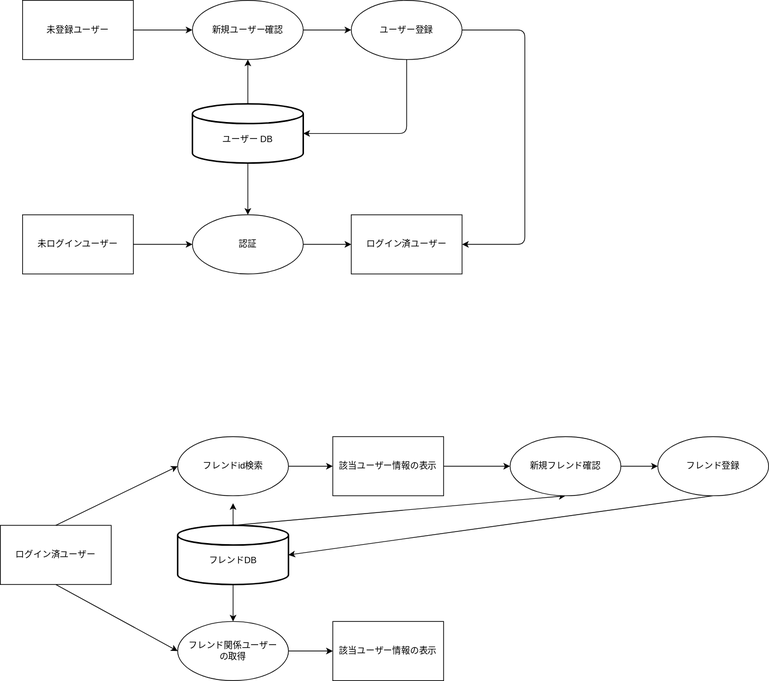
Earlier version of the draw.io export docs/02.Backend/02.DB/dfd.drawio.svg (TUS-OSK/quantum-gomoku). Source tidied: cells renumbered, new cells last; positions are measured from the earlier drawing's top-left corner, leaving out a move shared by most shapes.
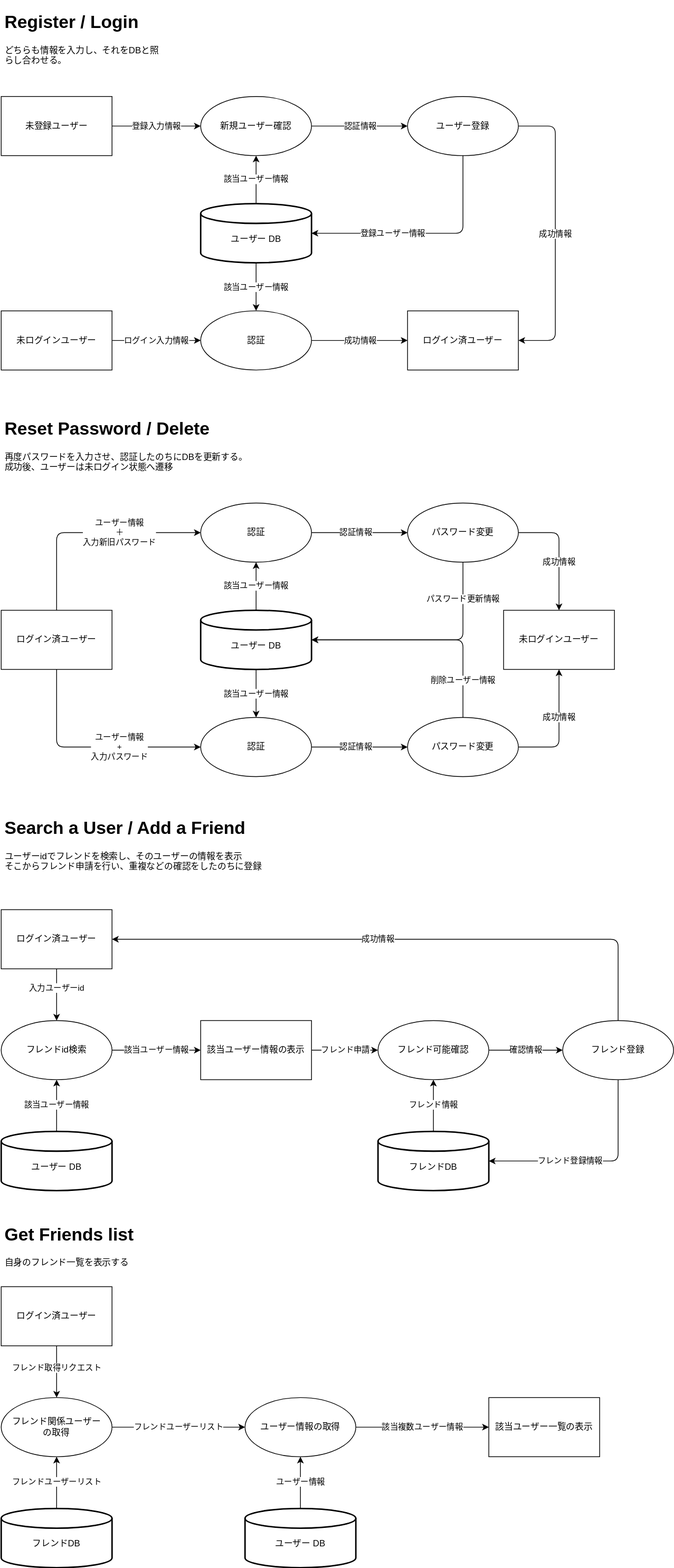
After the change.

What changed in the source:
```diff
@@ -3,114 +3,235 @@
     <mxCell id="0" />
     <mxCell id="1" parent="0" />
     <mxCell id="2" value="未登録ユーザー" style="rounded=0;whiteSpace=wrap;html=1;" parent="1" vertex="1">
-      <mxGeometry x="30" width="150" height="80" as="geometry" />
+      <mxGeometry x="-40" y="-140" width="150" height="80" as="geometry" />
     </mxCell>
-    <mxCell id="3" style="endArrow=classic;html=1;" parent="1" edge="1" source="2" target="7">
+    <mxCell id="3" value="登録入力情報" style="endArrow=classic;html=1;" parent="1" edge="1" source="2" target="7">
       <mxGeometry relative="1" as="geometry" />
     </mxCell>
-    <mxCell id="4" style="edgeStyle=none;html=1;exitX=0.5;exitY=1;exitDx=0;exitDy=0;exitPerimeter=0;" parent="1" edge="1" source="5" target="15">
+    <mxCell id="4" value="該当ユーザー情報" style="edgeStyle=none;html=1;exitX=0.5;exitY=1;exitDx=0;exitDy=0;exitPerimeter=0;" parent="1" edge="1" source="5" target="15">
       <mxGeometry relative="1" as="geometry" />
     </mxCell>
     <mxCell id="5" value="&lt;br&gt;ユーザー DB" style="strokeWidth=2;html=1;shape=mxgraph.flowchart.database;whiteSpace=wrap;" parent="1" vertex="1">
-      <mxGeometry x="260" y="140" width="150" height="80" as="geometry" />
+      <mxGeometry x="230" y="5" width="150" height="80" as="geometry" />
     </mxCell>
-    <mxCell id="6" style="edgeStyle=none;html=1;" parent="1" edge="1" source="7" target="10">
+    <mxCell id="6" value="認証情報" style="edgeStyle=none;html=1;" parent="1" edge="1" source="7" target="10">
       <mxGeometry relative="1" as="geometry" />
     </mxCell>
     <mxCell id="7" value="新規ユーザー確認" style="ellipse;whiteSpace=wrap;html=1;" parent="1" vertex="1">
-      <mxGeometry x="260" width="150" height="80" as="geometry" />
+      <mxGeometry x="230" y="-140" width="150" height="80" as="geometry" />
     </mxCell>
-    <mxCell id="8" style="endArrow=classic;html=1;entryX=0.5;entryY=1;entryDx=0;entryDy=0;" parent="1" edge="1" source="5" target="7">
+    <mxCell id="8" value="該当ユーザー情報" style="endArrow=classic;html=1;entryX=0.5;entryY=1;entryDx=0;entryDy=0;" parent="1" edge="1" source="5" target="7">
       <mxGeometry relative="1" as="geometry" />
     </mxCell>
-    <mxCell id="9" style="edgeStyle=none;html=1;exitX=1;exitY=0.5;exitDx=0;exitDy=0;entryX=1;entryY=0.5;entryDx=0;entryDy=0;" parent="1" edge="1" source="10" target="16">
+    <mxCell id="9" value="成功情報" style="edgeStyle=none;html=1;exitX=1;exitY=0.5;exitDx=0;exitDy=0;entryX=1;entryY=0.5;entryDx=0;entryDy=0;" parent="1" edge="1" source="10" target="16">
       <mxGeometry relative="1" as="geometry">
         <Array as="points">
-          <mxPoint x="710" y="40" />
-          <mxPoint x="710" y="330" />
+          <mxPoint x="710" y="-100" />
+          <mxPoint x="710" y="190" />
         </Array>
       </mxGeometry>
     </mxCell>
     <mxCell id="10" value="ユーザー登録" style="ellipse;whiteSpace=wrap;html=1;" parent="1" vertex="1">
-      <mxGeometry x="475" width="150" height="80" as="geometry" />
+      <mxGeometry x="510" y="-140" width="150" height="80" as="geometry" />
     </mxCell>
-    <mxCell id="11" style="endArrow=classic;html=1;exitX=0.5;exitY=1;exitDx=0;exitDy=0;entryX=1;entryY=0.5;entryDx=0;entryDy=0;entryPerimeter=0;" parent="1" edge="1" source="10" target="5">
-      <mxGeometry relative="1" as="geometry">
+    <mxCell id="11" value="登録ユーザー情報" style="endArrow=classic;html=1;exitX=0.5;exitY=1;exitDx=0;exitDy=0;entryX=1;entryY=0.5;entryDx=0;entryDy=0;entryPerimeter=0;" parent="1" edge="1" source="10" target="5">
+      <mxGeometry x="0.29" relative="1" as="geometry">
         <Array as="points">
-          <mxPoint x="550" y="180" />
+          <mxPoint x="585" y="45" />
         </Array>
       </mxGeometry>
     </mxCell>
     <mxCell id="12" value="未ログインユーザー" style="rounded=0;whiteSpace=wrap;html=1;" parent="1" vertex="1">
-      <mxGeometry x="30" y="290" width="150" height="80" as="geometry" />
+      <mxGeometry x="-40" y="150" width="150" height="80" as="geometry" />
     </mxCell>
-    <mxCell id="13" style="endArrow=classic;html=1;" parent="1" edge="1" source="12" target="15">
+    <mxCell id="13" value="ログイン入力情報" style="endArrow=classic;html=1;" parent="1" edge="1" source="12" target="15">
       <mxGeometry relative="1" as="geometry" />
     </mxCell>
-    <mxCell id="14" style="edgeStyle=none;html=1;exitX=1;exitY=0.5;exitDx=0;exitDy=0;entryX=0;entryY=0.5;entryDx=0;entryDy=0;" parent="1" edge="1" source="15" target="16">
+    <mxCell id="14" value="成功情報" style="edgeStyle=none;html=1;exitX=1;exitY=0.5;exitDx=0;exitDy=0;entryX=0;entryY=0.5;entryDx=0;entryDy=0;" parent="1" edge="1" source="15" target="16">
       <mxGeometry relative="1" as="geometry" />
     </mxCell>
     <mxCell id="15" value="認証" style="ellipse;whiteSpace=wrap;html=1;" parent="1" vertex="1">
-      <mxGeometry x="260" y="290" width="150" height="80" as="geometry" />
+      <mxGeometry x="230" y="150" width="150" height="80" as="geometry" />
     </mxCell>
     <mxCell id="16" value="ログイン済ユーザー" style="rounded=0;whiteSpace=wrap;html=1;" parent="1" vertex="1">
-      <mxGeometry x="475" y="290" width="150" height="80" as="geometry" />
+      <mxGeometry x="510" y="150" width="150" height="80" as="geometry" />
     </mxCell>
-    <mxCell id="17" style="edgeStyle=none;html=1;exitX=0.5;exitY=0;exitDx=0;exitDy=0;entryX=0;entryY=0.5;entryDx=0;entryDy=0;" parent="1" edge="1" source="19" target="21">
-      <mxGeometry relative="1" as="geometry" />
+    <mxCell id="17" value="入力ユーザーid" style="edgeStyle=none;html=1;exitX=0.5;exitY=1;exitDx=0;exitDy=0;entryX=0.5;entryY=0;entryDx=0;entryDy=0;" parent="1" edge="1" source="19" target="21">
+      <mxGeometry x="-0.26" relative="1" as="geometry" />
     </mxCell>
-    <mxCell id="18" style="edgeStyle=none;html=1;exitX=0.5;exitY=1;exitDx=0;exitDy=0;entryX=0;entryY=0.5;entryDx=0;entryDy=0;" parent="1" edge="1" source="19" target="33">
-      <mxGeometry relative="1" as="geometry" />
+    <mxCell id="18" value="フレンド取得リクエスト" style="edgeStyle=none;html=1;entryX=0.5;entryY=0;entryDx=0;entryDy=0;exitX=0.5;exitY=1;exitDx=0;exitDy=0;" parent="1" edge="1" source="63" target="61">
+      <mxGeometry x="-0.14" relative="1" as="geometry" />
     </mxCell>
     <mxCell id="19" value="ログイン済ユーザー" style="rounded=0;whiteSpace=wrap;html=1;" parent="1" vertex="1">
-      <mxGeometry y="710" width="150" height="80" as="geometry" />
+      <mxGeometry x="-40" y="960" width="150" height="80" as="geometry" />
     </mxCell>
-    <mxCell id="20" style="edgeStyle=none;html=1;exitX=1;exitY=0.5;exitDx=0;exitDy=0;" parent="1" edge="1" source="21" target="27">
+    <mxCell id="20" value="該当ユーザー情報" style="edgeStyle=none;html=1;exitX=1;exitY=0.5;exitDx=0;exitDy=0;" parent="1" edge="1" source="21" target="27">
       <mxGeometry relative="1" as="geometry" />
     </mxCell>
     <mxCell id="21" value="フレンドid検索" style="ellipse;whiteSpace=wrap;html=1;" parent="1" vertex="1">
-      <mxGeometry x="240" y="590" width="150" height="80" as="geometry" />
+      <mxGeometry x="-40" y="1110" width="150" height="80" as="geometry" />
     </mxCell>
-    <mxCell id="22" style="edgeStyle=none;html=1;exitX=0.5;exitY=1;exitDx=0;exitDy=0;exitPerimeter=0;" parent="1" edge="1" source="25" target="33">
-      <mxGeometry relative="1" as="geometry" />
-    </mxCell>
-    <mxCell id="23" style="edgeStyle=none;html=1;exitX=0.5;exitY=0;exitDx=0;exitDy=0;exitPerimeter=0;" parent="1" edge="1" source="25">
-      <mxGeometry relative="1" as="geometry">
-        <mxPoint x="315" y="680" as="targetPoint" />
-      </mxGeometry>
+    <mxCell id="23" value="該当ユーザー情報" style="edgeStyle=none;html=1;exitX=0.5;exitY=0;exitDx=0;exitDy=0;exitPerimeter=0;entryX=0.5;entryY=1;entryDx=0;entryDy=0;startArrow=none;" parent="1" edge="1" source="55" target="21">
+      <mxGeometry relative="1" as="geometry" />
     </mxCell>
-    <mxCell id="24" style="edgeStyle=none;html=1;exitX=0.5;exitY=0;exitDx=0;exitDy=0;exitPerimeter=0;entryX=0.5;entryY=1;entryDx=0;entryDy=0;" parent="1" edge="1" source="25" target="29">
+    <mxCell id="24" value="フレンド情報" style="edgeStyle=none;html=1;exitX=0.5;exitY=0;exitDx=0;exitDy=0;exitPerimeter=0;entryX=0.5;entryY=1;entryDx=0;entryDy=0;" parent="1" edge="1" source="25" target="29">
       <mxGeometry relative="1" as="geometry" />
     </mxCell>
     <mxCell id="25" value="&lt;br&gt;フレンドDB" style="strokeWidth=2;html=1;shape=mxgraph.flowchart.database;whiteSpace=wrap;" parent="1" vertex="1">
-      <mxGeometry x="240" y="710" width="150" height="80" as="geometry" />
+      <mxGeometry x="470" y="1260" width="150" height="80" as="geometry" />
     </mxCell>
-    <mxCell id="26" style="edgeStyle=none;html=1;exitX=1;exitY=0.5;exitDx=0;exitDy=0;entryX=0;entryY=0.5;entryDx=0;entryDy=0;" parent="1" edge="1" source="27" target="29">
+    <mxCell id="26" value="フレンド申請" style="edgeStyle=none;html=1;exitX=1;exitY=0.5;exitDx=0;exitDy=0;entryX=0;entryY=0.5;entryDx=0;entryDy=0;" parent="1" edge="1" source="27" target="29">
       <mxGeometry relative="1" as="geometry" />
     </mxCell>
     <mxCell id="27" value="該当ユーザー情報の表示" style="rounded=0;whiteSpace=wrap;html=1;" parent="1" vertex="1">
-      <mxGeometry x="450" y="590" width="150" height="80" as="geometry" />
+      <mxGeometry x="230" y="1110" width="150" height="80" as="geometry" />
     </mxCell>
-    <mxCell id="28" style="edgeStyle=none;html=1;exitX=1;exitY=0.5;exitDx=0;exitDy=0;" parent="1" edge="1" source="29" target="31">
+    <mxCell id="28" value="確認情報" style="edgeStyle=none;html=1;exitX=1;exitY=0.5;exitDx=0;exitDy=0;entryX=0;entryY=0.5;entryDx=0;entryDy=0;" parent="1" edge="1" source="29" target="31">
       <mxGeometry relative="1" as="geometry" />
     </mxCell>
-    <mxCell id="29" value="新規フレンド確認" style="ellipse;whiteSpace=wrap;html=1;" parent="1" vertex="1">
-      <mxGeometry x="690" y="590" width="150" height="80" as="geometry" />
+    <mxCell id="29" value="フレンド可能確認" style="ellipse;whiteSpace=wrap;html=1;" parent="1" vertex="1">
+      <mxGeometry x="470" y="1110" width="150" height="80" as="geometry" />
     </mxCell>
-    <mxCell id="30" style="edgeStyle=none;html=1;exitX=0.5;exitY=1;exitDx=0;exitDy=0;entryX=1;entryY=0.5;entryDx=0;entryDy=0;entryPerimeter=0;" parent="1" edge="1" source="31" target="25">
-      <mxGeometry relative="1" as="geometry" />
-    </mxCell>
-    <mxCell id="31" value="フレンド登録" style="ellipse;whiteSpace=wrap;html=1;" parent="1" vertex="1">
-      <mxGeometry x="890" y="590" width="150" height="80" as="geometry" />
-    </mxCell>
-    <mxCell id="32" style="edgeStyle=none;html=1;exitX=1;exitY=0.5;exitDx=0;exitDy=0;" parent="1" edge="1" source="33" target="34">
+    <mxCell id="32" value="該当複数ユーザー情報" style="edgeStyle=none;html=1;exitX=1;exitY=0.5;exitDx=0;exitDy=0;" parent="1" edge="1" source="33" target="34">
       <mxGeometry relative="1" as="geometry" />
     </mxCell>
-    <mxCell id="33" value="フレンド関係ユーザー&lt;br&gt;の取得" style="ellipse;whiteSpace=wrap;html=1;" parent="1" vertex="1">
-      <mxGeometry x="240" y="840" width="150" height="80" as="geometry" />
+    <mxCell id="33" value="ユーザー情報の取得" style="ellipse;whiteSpace=wrap;html=1;" parent="1" vertex="1">
+      <mxGeometry x="290" y="1620" width="150" height="80" as="geometry" />
     </mxCell>
-    <mxCell id="34" value="該当ユーザー情報の表示" style="rounded=0;whiteSpace=wrap;html=1;" parent="1" vertex="1">
-      <mxGeometry x="450" y="840" width="150" height="80" as="geometry" />
+    <mxCell id="34" value="該当ユーザー一覧の表示" style="rounded=0;whiteSpace=wrap;html=1;" parent="1" vertex="1">
+      <mxGeometry x="620" y="1620" width="150" height="80" as="geometry" />
     </mxCell>
+    <mxCell id="35" value="&lt;h1&gt;Register / Login&lt;/h1&gt;&lt;p&gt;どちらも情報を入力し、それをDBと照らし合わせる。&lt;/p&gt;" style="text;html=1;strokeColor=none;fillColor=none;spacing=5;spacingTop=-20;whiteSpace=wrap;overflow=hidden;rounded=0;" parent="1" vertex="1">
+      <mxGeometry x="-40" y="-260" width="220" height="100" as="geometry" />
+    </mxCell>
+    <mxCell id="36" value="該当ユーザー情報" style="edgeStyle=none;html=1;exitX=0.5;exitY=1;exitDx=0;exitDy=0;exitPerimeter=0;" parent="1" edge="1" source="37" target="47">
+      <mxGeometry relative="1" as="geometry" />
+    </mxCell>
+    <mxCell id="37" value="&lt;br&gt;ユーザー DB" style="strokeWidth=2;html=1;shape=mxgraph.flowchart.database;whiteSpace=wrap;" parent="1" vertex="1">
+      <mxGeometry x="230" y="555" width="150" height="80" as="geometry" />
+    </mxCell>
+    <mxCell id="38" value="認証情報" style="edgeStyle=none;html=1;" parent="1" edge="1" source="39" target="42">
+      <mxGeometry x="-0.08" relative="1" as="geometry" />
+    </mxCell>
+    <mxCell id="39" value="認証" style="ellipse;whiteSpace=wrap;html=1;" parent="1" vertex="1">
+      <mxGeometry x="230" y="410" width="150" height="80" as="geometry" />
+    </mxCell>
+    <mxCell id="40" value="該当ユーザー情報" style="endArrow=classic;html=1;entryX=0.5;entryY=1;entryDx=0;entryDy=0;" parent="1" edge="1" source="37" target="39">
+      <mxGeometry relative="1" as="geometry" />
+    </mxCell>
+    <mxCell id="41" value="成功情報" style="edgeStyle=none;html=1;exitX=1;exitY=0.5;exitDx=0;exitDy=0;entryX=0.5;entryY=0;entryDx=0;entryDy=0;" parent="1" edge="1" source="42" target="48">
+      <mxGeometry x="0.19" relative="1" as="geometry">
+        <Array as="points">
+          <mxPoint x="715" y="450" />
+        </Array>
+        <mxPoint y="-1" as="offset" />
+      </mxGeometry>
+    </mxCell>
+    <mxCell id="42" value="パスワード変更" style="ellipse;whiteSpace=wrap;html=1;" parent="1" vertex="1">
+      <mxGeometry x="510" y="410" width="150" height="80" as="geometry" />
+    </mxCell>
+    <mxCell id="43" value="パスワード更新情報" style="endArrow=classic;html=1;exitX=0.5;exitY=1;exitDx=0;exitDy=0;entryX=1;entryY=0.5;entryDx=0;entryDy=0;entryPerimeter=0;" parent="1" edge="1" source="42" target="37">
+      <mxGeometry x="-0.68" relative="1" as="geometry">
+        <Array as="points">
+          <mxPoint x="585" y="595" />
+        </Array>
+      </mxGeometry>
+    </mxCell>
+    <mxCell id="44" value="ユーザー情報&lt;br&gt;＋&lt;br&gt;入力新旧パスワード" style="edgeStyle=none;html=1;exitX=0.5;exitY=0;exitDx=0;exitDy=0;entryX=0;entryY=0.5;entryDx=0;entryDy=0;" parent="1" edge="1" source="45" target="39">
+      <mxGeometry x="0.27" relative="1" as="geometry">
+        <Array as="points">
+          <mxPoint x="35" y="450" />
+        </Array>
+      </mxGeometry>
+    </mxCell>
+    <mxCell id="45" value="ログイン済ユーザー" style="rounded=0;whiteSpace=wrap;html=1;" parent="1" vertex="1">
+      <mxGeometry x="-40" y="555" width="150" height="80" as="geometry" />
+    </mxCell>
+    <mxCell id="46" value="ユーザー情報&lt;br&gt;+&lt;br&gt;入力パスワード" style="endArrow=classic;html=1;exitX=0.5;exitY=1;exitDx=0;exitDy=0;" parent="1" edge="1" source="45" target="47">
+      <mxGeometry x="0.27" relative="1" as="geometry">
+        <Array as="points">
+          <mxPoint x="35" y="740" />
+        </Array>
+      </mxGeometry>
+    </mxCell>
+    <mxCell id="47" value="認証" style="ellipse;whiteSpace=wrap;html=1;" parent="1" vertex="1">
+      <mxGeometry x="230" y="700" width="150" height="80" as="geometry" />
+    </mxCell>
+    <mxCell id="48" value="未ログインユーザー" style="rounded=0;whiteSpace=wrap;html=1;" parent="1" vertex="1">
+      <mxGeometry x="640" y="555" width="150" height="80" as="geometry" />
+    </mxCell>
+    <mxCell id="49" value="&lt;h1&gt;Reset Password / Delete&lt;/h1&gt;&lt;p&gt;再度パスワードを入力させ、認証したのちにDBを更新する。成功後、ユーザーは未ログイン状態へ遷移&lt;/p&gt;" style="text;html=1;strokeColor=none;fillColor=none;spacing=5;spacingTop=-20;whiteSpace=wrap;overflow=hidden;rounded=0;" parent="1" vertex="1">
+      <mxGeometry x="-40" y="290" width="340" height="100" as="geometry" />
+    </mxCell>
+    <mxCell id="50" value="成功情報" style="edgeStyle=none;html=1;exitX=1;exitY=0.5;exitDx=0;exitDy=0;entryX=0.5;entryY=1;entryDx=0;entryDy=0;" parent="1" edge="1" source="51" target="48">
+      <mxGeometry x="0.19" relative="1" as="geometry">
+        <Array as="points">
+          <mxPoint x="715" y="740" />
+        </Array>
+        <mxPoint y="1" as="offset" />
+      </mxGeometry>
+    </mxCell>
+    <mxCell id="51" value="パスワード変更" style="ellipse;whiteSpace=wrap;html=1;" parent="1" vertex="1">
+      <mxGeometry x="510" y="700" width="150" height="80" as="geometry" />
+    </mxCell>
+    <mxCell id="52" value="認証情報" style="edgeStyle=none;html=1;entryX=0;entryY=0.5;entryDx=0;entryDy=0;exitX=1;exitY=0.5;exitDx=0;exitDy=0;" parent="1" edge="1" source="47" target="51">
+      <mxGeometry x="-0.08" relative="1" as="geometry" />
+    </mxCell>
+    <mxCell id="53" value="削除ユーザー情報" style="endArrow=classic;html=1;exitX=0.5;exitY=0;exitDx=0;exitDy=0;entryX=1;entryY=0.5;entryDx=0;entryDy=0;entryPerimeter=0;" parent="1" edge="1" source="51" target="37">
+      <mxGeometry x="-0.68" relative="1" as="geometry">
+        <Array as="points">
+          <mxPoint x="585" y="595" />
+        </Array>
+      </mxGeometry>
+    </mxCell>
+    <mxCell id="54" value="&lt;h1&gt;Search a User / Add a Friend&lt;/h1&gt;&lt;p&gt;ユーザーidでフレンドを検索し、そのユーザーの情報を表示&lt;br&gt;そこからフレンド申請を行い、重複などの確認をしたのちに登録&lt;/p&gt;" style="text;html=1;strokeColor=none;fillColor=none;spacing=5;spacingTop=-20;whiteSpace=wrap;overflow=hidden;rounded=0;" parent="1" vertex="1">
+      <mxGeometry x="-40" y="830" width="360" height="110" as="geometry" />
+    </mxCell>
+    <mxCell id="55" value="&lt;br&gt;ユーザー DB" style="strokeWidth=2;html=1;shape=mxgraph.flowchart.database;whiteSpace=wrap;" parent="1" vertex="1">
+      <mxGeometry x="-40" y="1260" width="150" height="80" as="geometry" />
+    </mxCell>
+    <mxCell id="56" value="フレンドユーザーリスト" style="edgeStyle=none;html=1;exitX=0.5;exitY=0;exitDx=0;exitDy=0;exitPerimeter=0;entryX=0.5;entryY=1;entryDx=0;entryDy=0;" parent="1" edge="1" source="57" target="61">
+      <mxGeometry relative="1" as="geometry" />
+    </mxCell>
+    <mxCell id="57" value="&lt;br&gt;フレンドDB" style="strokeWidth=2;html=1;shape=mxgraph.flowchart.database;whiteSpace=wrap;" parent="1" vertex="1">
+      <mxGeometry x="-40" y="1770" width="150" height="80" as="geometry" />
+    </mxCell>
+    <mxCell id="58" value="ユーザー情報" style="edgeStyle=none;html=1;exitX=0.5;exitY=0;exitDx=0;exitDy=0;exitPerimeter=0;entryX=0.5;entryY=1;entryDx=0;entryDy=0;" parent="1" edge="1" source="59" target="33">
+      <mxGeometry relative="1" as="geometry" />
+    </mxCell>
+    <mxCell id="59" value="&lt;br&gt;ユーザー DB" style="strokeWidth=2;html=1;shape=mxgraph.flowchart.database;whiteSpace=wrap;" parent="1" vertex="1">
+      <mxGeometry x="290" y="1770" width="150" height="80" as="geometry" />
+    </mxCell>
+    <mxCell id="60" value="フレンドユーザーリスト" style="edgeStyle=none;html=1;exitX=1;exitY=0.5;exitDx=0;exitDy=0;entryX=0;entryY=0.5;entryDx=0;entryDy=0;" parent="1" edge="1" source="61" target="33">
+      <mxGeometry relative="1" as="geometry" />
+    </mxCell>
+    <mxCell id="61" value="フレンド関係ユーザー&lt;br&gt;の取得" style="ellipse;whiteSpace=wrap;html=1;" parent="1" vertex="1">
+      <mxGeometry x="-40" y="1620" width="150" height="80" as="geometry" />
+    </mxCell>
+    <mxCell id="30" value="フレンド登録情報" style="edgeStyle=none;html=1;exitX=0.5;exitY=1;exitDx=0;exitDy=0;entryX=1;entryY=0.5;entryDx=0;entryDy=0;entryPerimeter=0;" parent="1" edge="1" source="31" target="25">
+      <mxGeometry x="0.23" relative="1" as="geometry">
+        <Array as="points">
+          <mxPoint x="795" y="1300" />
+        </Array>
+        <mxPoint x="1" as="offset" />
+      </mxGeometry>
+    </mxCell>
+    <mxCell id="62" value="成功情報" style="edgeStyle=none;html=1;exitX=0.5;exitY=0;exitDx=0;exitDy=0;entryX=1;entryY=0.5;entryDx=0;entryDy=0;" parent="1" edge="1" source="31" target="19">
+      <mxGeometry x="0.09" relative="1" as="geometry">
+        <Array as="points">
+          <mxPoint x="795" y="1000" />
+        </Array>
+        <mxPoint x="-1" as="offset" />
+      </mxGeometry>
+    </mxCell>
+    <mxCell id="31" value="フレンド登録" style="ellipse;whiteSpace=wrap;html=1;" parent="1" vertex="1">
+      <mxGeometry x="720" y="1110" width="150" height="80" as="geometry" />
+    </mxCell>
+    <mxCell id="63" value="ログイン済ユーザー" style="rounded=0;whiteSpace=wrap;html=1;" parent="1" vertex="1">
+      <mxGeometry x="-40" y="1470" width="150" height="80" as="geometry" />
+    </mxCell>
+    <mxCell id="64" value="&lt;h1&gt;Get Friends list&lt;/h1&gt;&lt;p&gt;自身のフレンド一覧を表示する&lt;/p&gt;" style="text;html=1;strokeColor=none;fillColor=none;spacing=5;spacingTop=-20;whiteSpace=wrap;overflow=hidden;rounded=0;" parent="1" vertex="1">
+      <mxGeometry x="-40" y="1380" width="340" height="110" as="geometry" />
+    </mxCell>
   </root>
 </mxGraphModel>
```
